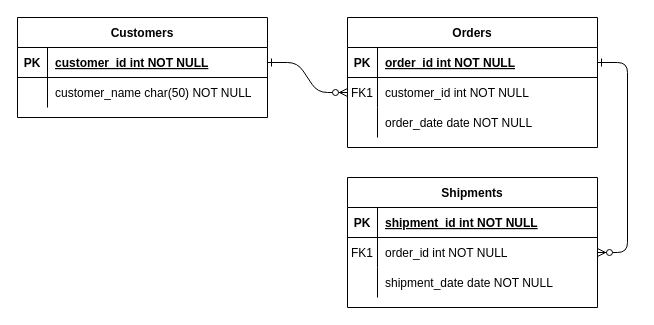
Earlier version of the draw.io diagram Practice1-LogicalDesign.drawio (navcul3108/DatabaseSystemHCMUT). Source tidied: cells renumbered, new cells numbered last; positions are measured from the earlier drawing's top-left corner, leaving out a move shared by most shapes. Both pictures are drawn from the tidied source at 100%, with x=0, y=0 at pixel (17, 17).
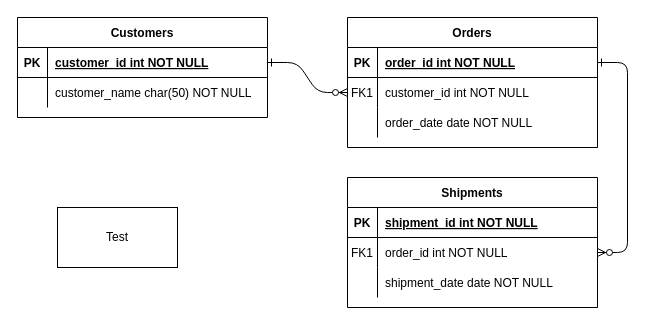
After the change.

What changed in the source:
```diff
@@
+    <mxCell id="31" value="Test" style="rounded=0;whiteSpace=wrap;html=1;" parent="1" vertex="1">
+      <mxGeometry x="40" y="190" width="120" height="60" as="geometry" />
+    </mxCell>
```
